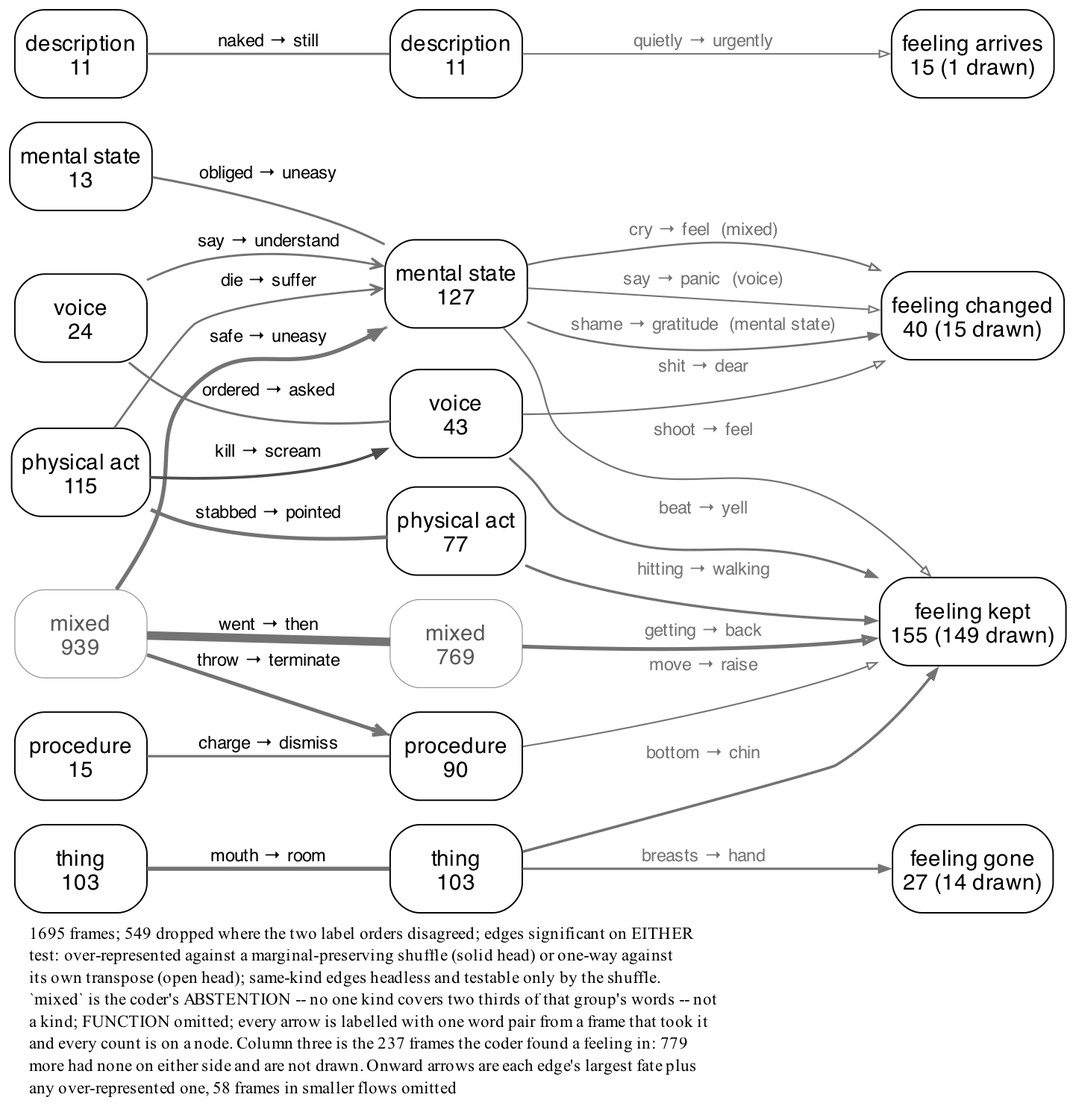
The Graphviz diagram experiments/displacement/freudian_hypothesis/results/kind_flow_en_either.png in quadrismegistus/malignment, before a commit. Its source is kept beside it as experiments/displacement/freudian_hypothesis/results/kind_flow_en_either.dot.
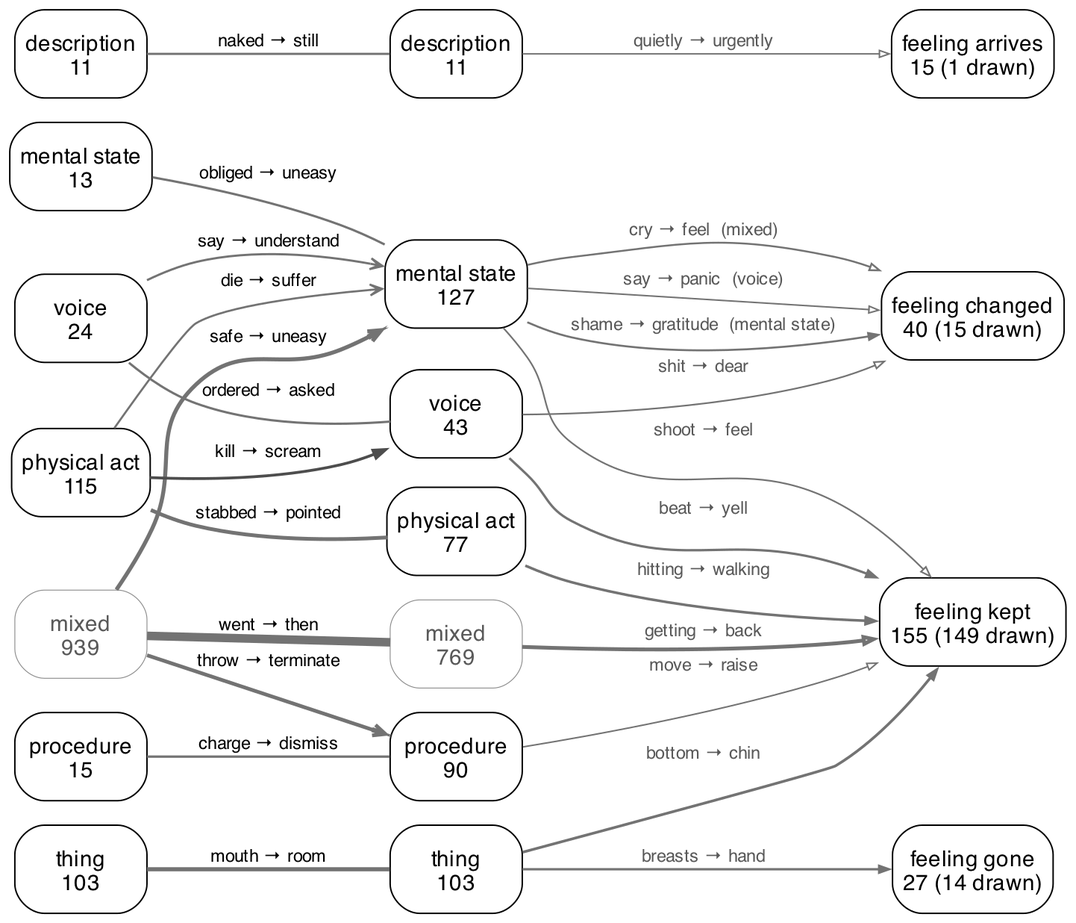
After the change.

Change to the diagram source:
```diff
@@ -40,18 +40,16 @@
   "B_VOCAL_ACT" -> "A_MENTAL_STATE" [label="say → understand" arrowhead=vee color="#737373" penwidth=0.89];
   "B_DESCRIPTION" -> "A_DESCRIPTION" [label="naked → still" arrowhead=none color="#737373" penwidth=0.89];
   "B_PHYSICAL_ACT" -> "A_MENTAL_STATE" [label="die → suffer" arrowhead=vee color="#737373" penwidth=0.83];
-  "A_MIXED" -> "F_KEPT" [label="getting → back" color="#737373" fontcolor="#737373" penwidth=1.56 arrowsize=0.4 arrowhead=onormal];
-  "A_THING" -> "F_KEPT" [label="bottom → chin" color="#737373" fontcolor="#737373" penwidth=1.11 arrowsize=0.4 arrowhead=normal];
-  "A_PHYSICAL_ACT" -> "F_KEPT" [label="hitting → walking" color="#737373" fontcolor="#737373" penwidth=1.07 arrowsize=0.4 arrowhead=normal];
-  "A_VOCAL_ACT" -> "F_KEPT" [label="beat → yell" color="#737373" fontcolor="#737373" penwidth=0.97 arrowsize=0.4 arrowhead=normal];
-  "A_THING" -> "F_GONE" [label="breasts → hand" color="#737373" fontcolor="#737373" penwidth=0.94 arrowsize=0.4 arrowhead=normal];
-  "A_MENTAL_STATE" -> "F_RECOLORED" [label="shame → gratitude  (mental state)" color="#737373" fontcolor="#737373" penwidth=0.81 arrowsize=0.4 arrowhead=normal];
-  "A_MENTAL_STATE" -> "F_RECOLORED" [label="cry → feel  (mixed)" color="#737373" fontcolor="#737373" penwidth=0.76 arrowsize=0.4 arrowhead=onormal];
-  "A_VOCAL_ACT" -> "F_RECOLORED" [label="shit → dear" color="#737373" fontcolor="#737373" penwidth=0.67 arrowsize=0.4 arrowhead=onormal];
-  "A_MENTAL_STATE" -> "F_KEPT" [label="shoot → feel" color="#737373" fontcolor="#737373" penwidth=0.67 arrowsize=0.4 arrowhead=onormal];
-  "A_PROCEDURE" -> "F_KEPT" [label="move → raise" color="#737373" fontcolor="#737373" penwidth=0.62 arrowsize=0.4 arrowhead=onormal];
-  "A_MENTAL_STATE" -> "F_RECOLORED" [label="say → panic  (voice)" color="#737373" fontcolor="#737373" penwidth=0.62 arrowsize=0.4 arrowhead=onormal];
-  "A_DESCRIPTION" -> "F_INTRODUCED" [label="quietly → urgently" color="#737373" fontcolor="#737373" penwidth=0.62 arrowsize=0.4 arrowhead=onormal];
-  labelloc="b"; labeljust="l";
-  label=<<font point-size="7.65">1695 frames; 549 dropped where the two label orders disagreed; edges significant on EITHER<br align="left"/>test: over-represented against a marginal-preserving shuffle (solid head) or one-way against<br align="left"/>its own transpose (open head); same-kind edges headless and testable only by the shuffle.<br align="left"/>`mixed` is the coder's ABSTENTION -- no one kind covers two thirds of that group's words -- not<br align="left"/>a kind; FUNCTION omitted; every arrow is labelled with one word pair from a frame that took it<br align="left"/>and every count is on a node. Column three is the 237 frames the coder found a feeling in: 779<br align="left"/>more had none on either side and are not drawn. Onward arrows are each edge's largest fate plus<br align="left"/>any over-represented one, 58 frames in smaller flows omitted<br align="left"/></font>>;
+  "A_MIXED" -> "F_KEPT" [label="getting → back" color="#737373" fontcolor="#595959" penwidth=1.56 arrowsize=0.4 arrowhead=onormal];
+  "A_THING" -> "F_KEPT" [label="bottom → chin" color="#737373" fontcolor="#595959" penwidth=1.11 arrowsize=0.4 arrowhead=normal];
+  "A_PHYSICAL_ACT" -> "F_KEPT" [label="hitting → walking" color="#737373" fontcolor="#595959" penwidth=1.07 arrowsize=0.4 arrowhead=normal];
+  "A_VOCAL_ACT" -> "F_KEPT" [label="beat → yell" color="#737373" fontcolor="#595959" penwidth=0.97 arrowsize=0.4 arrowhead=normal];
+  "A_THING" -> "F_GONE" [label="breasts → hand" color="#737373" fontcolor="#595959" penwidth=0.94 arrowsize=0.4 arrowhead=normal];
+  "A_MENTAL_STATE" -> "F_RECOLORED" [label="shame → gratitude  (mental state)" color="#737373" fontcolor="#595959" penwidth=0.81 arrowsize=0.4 arrowhead=normal];
+  "A_MENTAL_STATE" -> "F_RECOLORED" [label="cry → feel  (mixed)" color="#737373" fontcolor="#595959" penwidth=0.76 arrowsize=0.4 arrowhead=onormal];
+  "A_VOCAL_ACT" -> "F_RECOLORED" [label="shit → dear" color="#737373" fontcolor="#595959" penwidth=0.67 arrowsize=0.4 arrowhead=onormal];
+  "A_MENTAL_STATE" -> "F_KEPT" [label="shoot → feel" color="#737373" fontcolor="#595959" penwidth=0.67 arrowsize=0.4 arrowhead=onormal];
+  "A_PROCEDURE" -> "F_KEPT" [label="move → raise" color="#737373" fontcolor="#595959" penwidth=0.62 arrowsize=0.4 arrowhead=onormal];
+  "A_MENTAL_STATE" -> "F_RECOLORED" [label="say → panic  (voice)" color="#737373" fontcolor="#595959" penwidth=0.62 arrowsize=0.4 arrowhead=onormal];
+  "A_DESCRIPTION" -> "F_INTRODUCED" [label="quietly → urgently" color="#737373" fontcolor="#595959" penwidth=0.62 arrowsize=0.4 arrowhead=onormal];
 }
```
